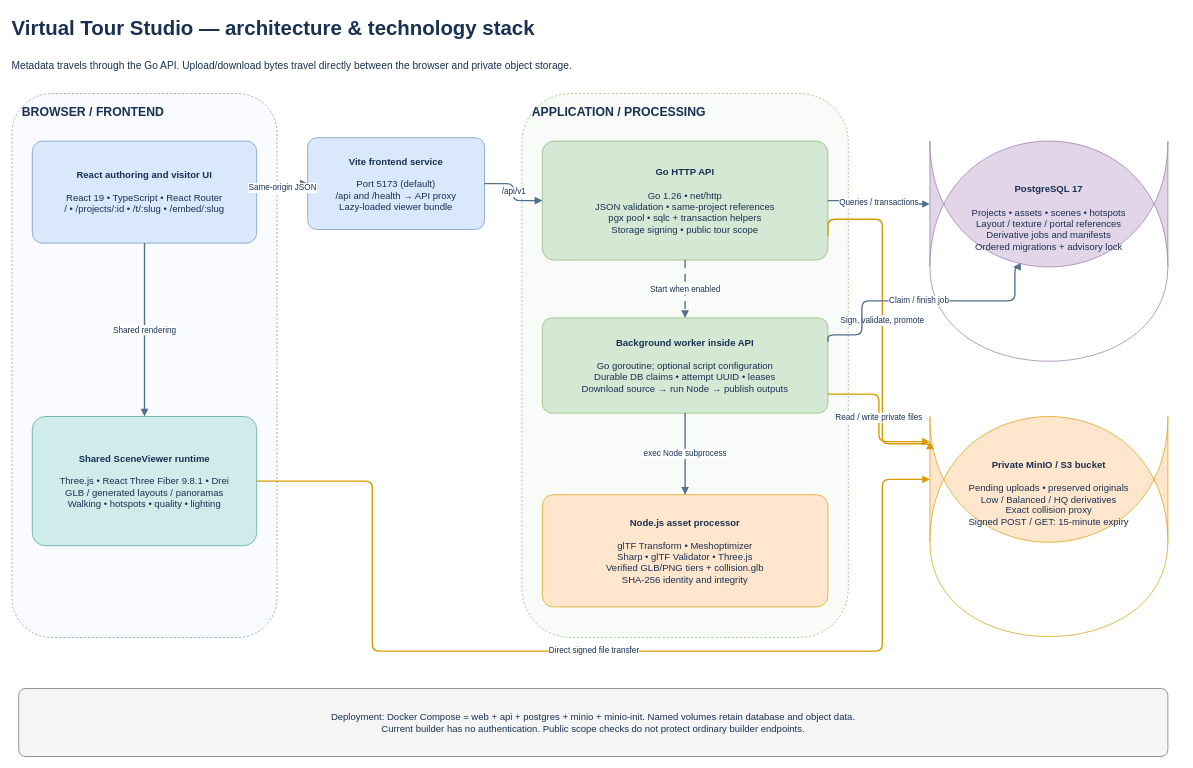
apache261/Roomweft keeps this draw.io diagram as page "01 • Architecture & stack" (2 of 7) of technical.drawio. Above is the earlier version. Source tidied: cells renumbered, new cells numbered last; positions are measured from the earlier drawing's top-left corner, leaving out a move shared by most shapes. Both pictures are drawn from the tidied source at 68%, with x=0, y=0 at pixel (12, 12).
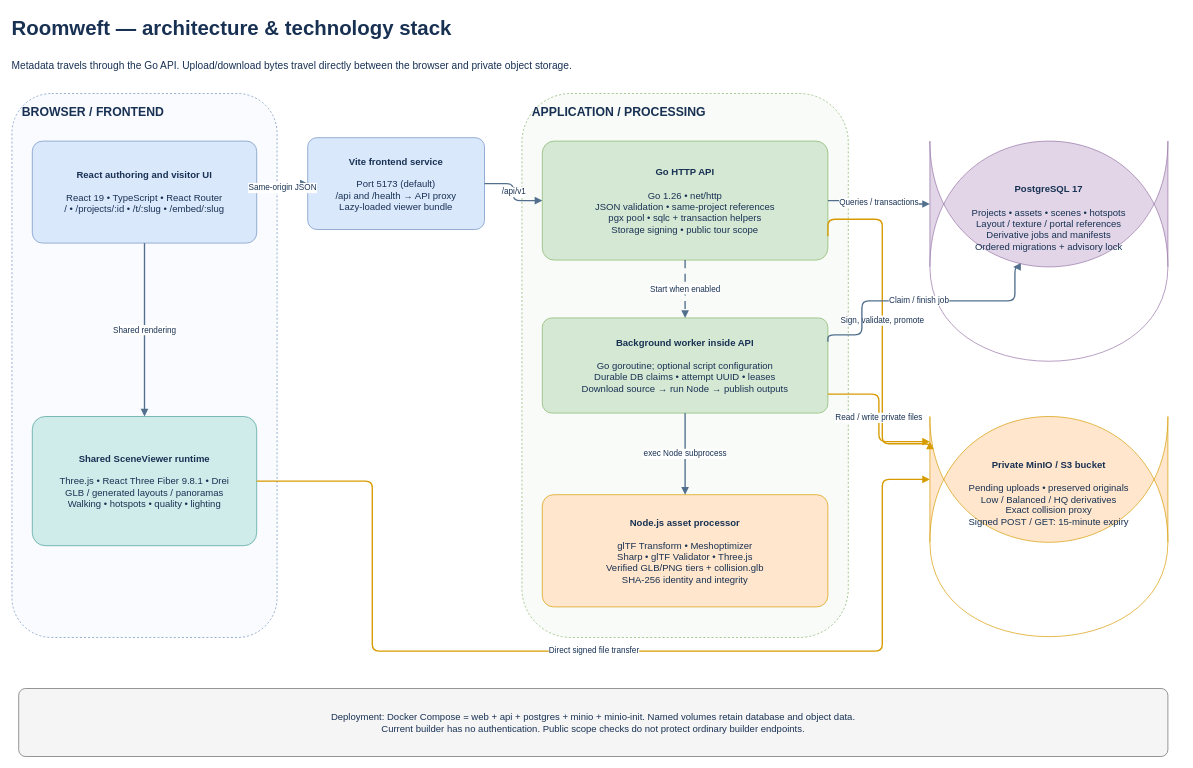
The same page after the edit.

Commit message (it also covers changes not shown here):
docs: add product screenshots and editable architecture overview

What changed in the source:
```diff
@@
-    <mxCell id="2" value="Virtual Tour Studio — architecture &amp;amp; technology stack" style="text;html=1;strokeColor=none;fillColor=none;align=left;verticalAlign=middle;whiteSpace=wrap;rounded=0;fontFamily=Helvetica;fontSize=30;fontColor=#183153;fontStyle=1;spacing=0;" parent="1" vertex="1">
+    <mxCell id="2" value="Roomweft — architecture &amp;amp; technology stack" style="text;html=1;strokeColor=none;fillColor=none;align=left;verticalAlign=middle;whiteSpace=wrap;rounded=0;fontFamily=Helvetica;fontSize=30;fontColor=#183153;fontStyle=1;spacing=0;" parent="1" vertex="1">
       <mxGeometry width="1720" height="48" as="geometry" />
     </mxCell>
```
